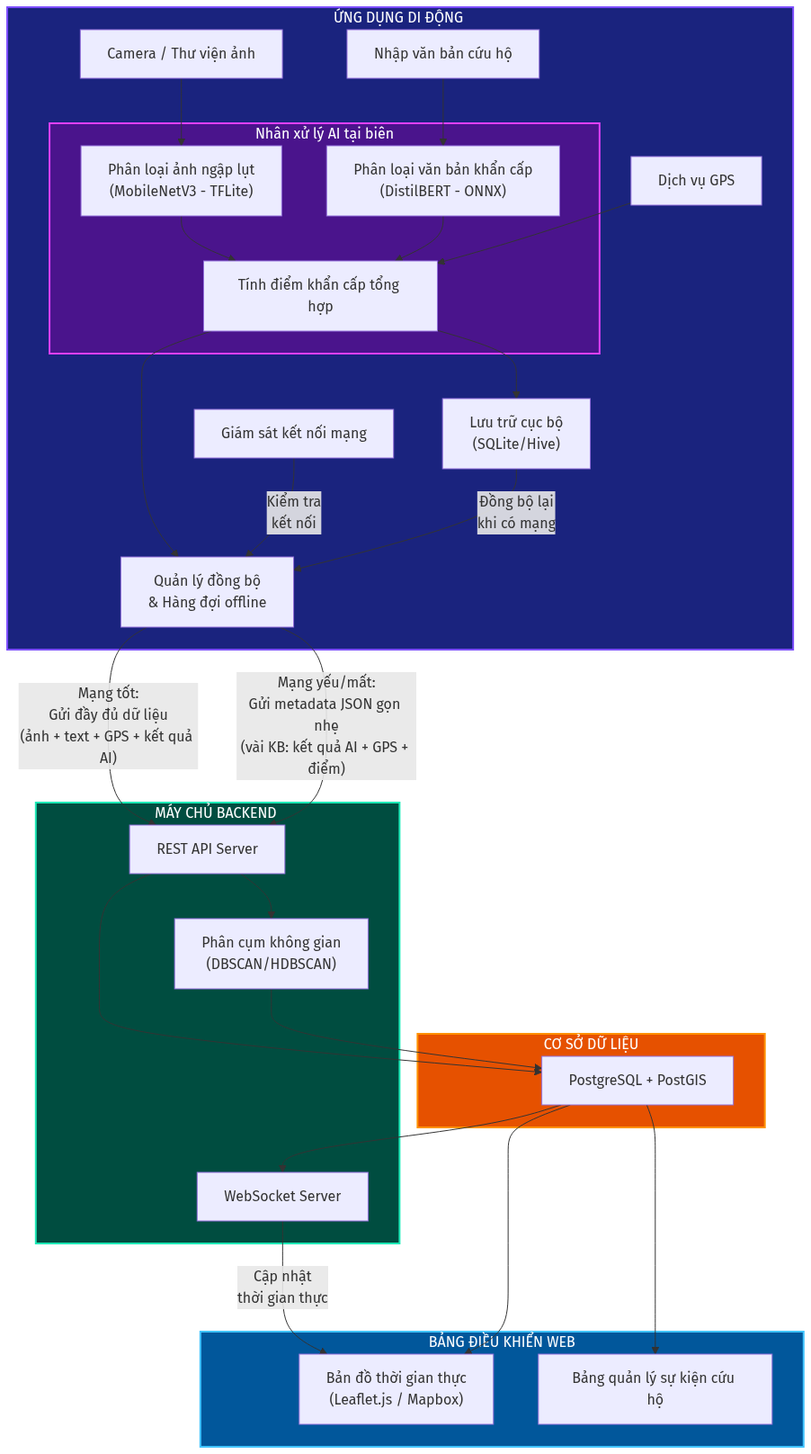
The Mermaid diagram diagrams/diagram1_system_architecture.png in ngthtrong/nckh2, before a commit. Its source is kept beside it as diagrams/diagram1_system_architecture.mmd. Source of this version:
```mermaid
graph TB
    subgraph MOBILE["📱 ỨNG DỤNG DI ĐỘNG (Flutter/Dart)"]
        direction TB
        CAM["📷 Camera / Thư viện ảnh"]
        TXT["📝 Nhập văn bản cứu hộ"]
        GPS["📍 Dịch vụ GPS"]

        subgraph AI_ENGINE["🧠 Nhân xử lý AI tại biên"]
            IMG_AI["Phân loại ảnh ngập lụt<br/>(MobileNetV3 - TFLite)"]
            TXT_AI["Phân loại văn bản khẩn cấp<br/>(DistilBERT - ONNX)"]
            SCORE["Tính điểm khẩn cấp tổng hợp"]
        end

        LOCAL_DB["💾 Lưu trữ cục bộ<br/>(SQLite/Hive)"]
        SYNC["🔄 Quản lý đồng bộ<br/>& Hàng đợi offline"]
        NET_MON["📶 Giám sát kết nối mạng"]
    end

    subgraph SERVER["🖥️ MÁY CHỦ BACKEND (Python/FastAPI)"]
        direction TB
        API["🔌 REST API Server"]
        WS["🔗 WebSocket Server"]
        CLUSTER["📊 Phân cụm không gian<br/>(DBSCAN/HDBSCAN)"]
    end

    subgraph DATABASE["🗄️ CƠ SỞ DỮ LIỆU"]
        PG["PostgreSQL + PostGIS"]
    end

    subgraph DASHBOARD["🌐 BẢNG ĐIỀU KHIỂN WEB"]
        MAP["🗺️ Bản đồ thời gian thực<br/>(Leaflet.js / Mapbox)"]
        PANEL["📋 Bảng quản lý sự kiện cứu hộ"]
    end

    CAM --> IMG_AI
    TXT --> TXT_AI
    IMG_AI --> SCORE
    TXT_AI --> SCORE
    GPS --> SCORE
    SCORE --> SYNC
    SCORE --> LOCAL_DB

    NET_MON -->|"Kiểm tra<br/>kết nối"| SYNC

    SYNC -->|"✅ Mạng tốt:<br/>Gửi đầy đủ dữ liệu<br/>(ảnh + text + GPS + kết quả AI)"| API
    SYNC -->|"⚠️ Mạng yếu/mất:<br/>Gửi metadata JSON gọn nhẹ<br/>(vài KB: kết quả AI + GPS + điểm khẩn cấp)"| API

    LOCAL_DB -->|"Đồng bộ lại<br/>khi có mạng"| SYNC

    API --> CLUSTER
    API --> PG
    CLUSTER --> PG

    WS -->|"Cập nhật<br/>thời gian thực"| MAP
    PG --> WS
    PG --> MAP
    PG --> PANEL

    style MOBILE fill:#1a237e,stroke:#7c4dff,color:#fff,stroke-width:2px
    style AI_ENGINE fill:#4a148c,stroke:#e040fb,color:#fff,stroke-width:2px
    style SERVER fill:#004d40,stroke:#1de9b6,color:#fff,stroke-width:2px
    style DATABASE fill:#e65100,stroke:#ff9100,color:#fff,stroke-width:2px
    style DASHBOARD fill:#01579b,stroke:#40c4ff,color:#fff,stroke-width:2px
    linkStyle 8 stroke:#2e7d32,stroke-width:3px
    linkStyle 9 stroke:#c62828,stroke-width:3px,stroke-dasharray: 6 4
```
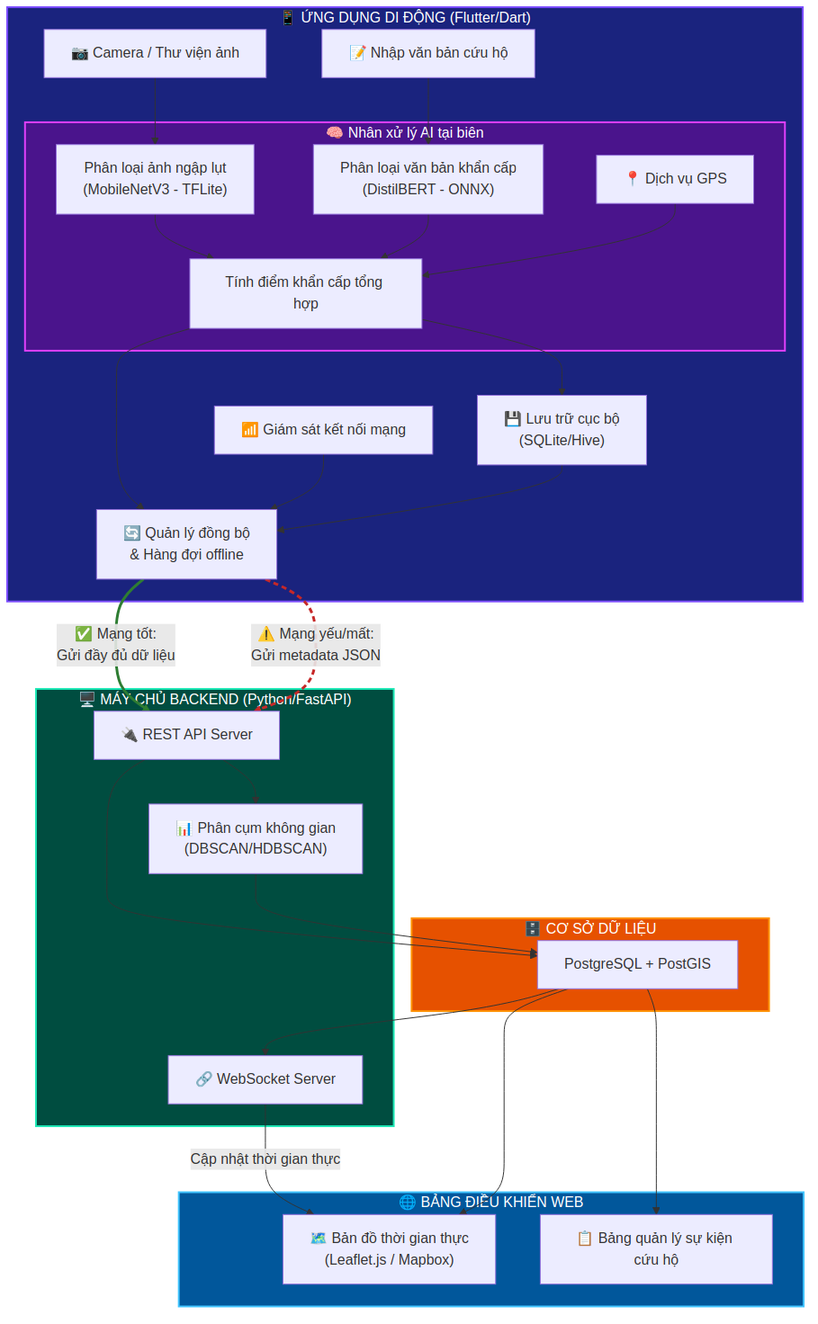
Above is the later version.

Commit message:
Fix diagram layout: GPS inside AI_ENGINE box, URGENCY node outside AI_LAYER subgraph, regenerate PNGs

Diff of the diagram source:
```diff
@@ -3,11 +3,11 @@
         direction TB
         CAM["📷 Camera / Thư viện ảnh"]
         TXT["📝 Nhập văn bản cứu hộ"]
-        GPS["📍 Dịch vụ GPS"]
 
         subgraph AI_ENGINE["🧠 Nhân xử lý AI tại biên"]
             IMG_AI["Phân loại ảnh ngập lụt<br/>(MobileNetV3 - TFLite)"]
             TXT_AI["Phân loại văn bản khẩn cấp<br/>(DistilBERT - ONNX)"]
+            GPS["📍 Dịch vụ GPS"]
             SCORE["Tính điểm khẩn cấp tổng hợp"]
         end
 
@@ -40,18 +40,18 @@
     SCORE --> SYNC
     SCORE --> LOCAL_DB
 
-    NET_MON -->|"Kiểm tra<br/>kết nối"| SYNC
+    NET_MON --> SYNC
 
-    SYNC -->|"✅ Mạng tốt:<br/>Gửi đầy đủ dữ liệu<br/>(ảnh + text + GPS + kết quả AI)"| API
-    SYNC -->|"⚠️ Mạng yếu/mất:<br/>Gửi metadata JSON gọn nhẹ<br/>(vài KB: kết quả AI + GPS + điểm khẩn cấp)"| API
+    SYNC -->|"✅ Mạng tốt:<br/>Gửi đầy đủ dữ liệu"| API
+    SYNC -.->|"⚠️ Mạng yếu/mất:<br/>Gửi metadata JSON"| API
 
-    LOCAL_DB -->|"Đồng bộ lại<br/>khi có mạng"| SYNC
+    LOCAL_DB --> SYNC
 
     API --> CLUSTER
     API --> PG
     CLUSTER --> PG
 
-    WS -->|"Cập nhật<br/>thời gian thực"| MAP
+    WS -->|"Cập nhật thời gian thực"| MAP
     PG --> WS
     PG --> MAP
     PG --> PANEL
```
